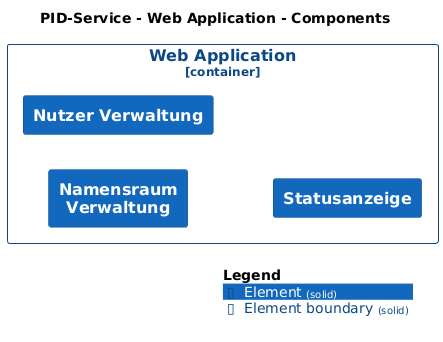
This is master/png/Component-001.png from bingert/PID-System-C4-Model, a PlantUML export, as it was before one commit.
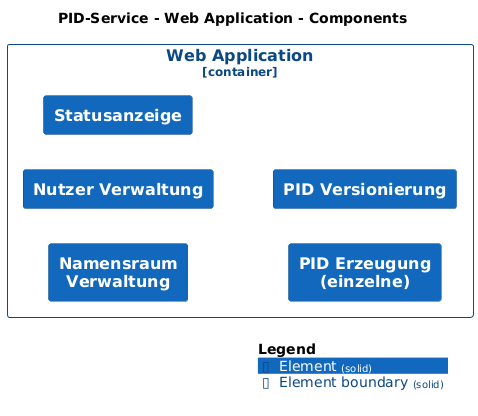
Above is the later version.

What changed in the source:
```diff
@@ -16,6 +16,8 @@
   Component(PIDService.WebApplication.NamensraumVerwaltung, "Namensraum Verwaltung", $techn="", $descr="", $tags="Element", $link="")
   Component(PIDService.WebApplication.NutzerVerwaltung, "Nutzer Verwaltung", $techn="", $descr="", $tags="Element", $link="")
   Component(PIDService.WebApplication.Statusanzeige, "Statusanzeige", $techn="", $descr="", $tags="Element", $link="")
+  Component(PIDService.WebApplication.PIDErzeugungeinzelne, "PID Erzeugung (einzelne)", $techn="", $descr="", $tags="Element", $link="")
+  Component(PIDService.WebApplication.PIDVersionierung, "PID Versionierung", $techn="", $descr="", $tags="Element", $link="")
 }
 
 
```
